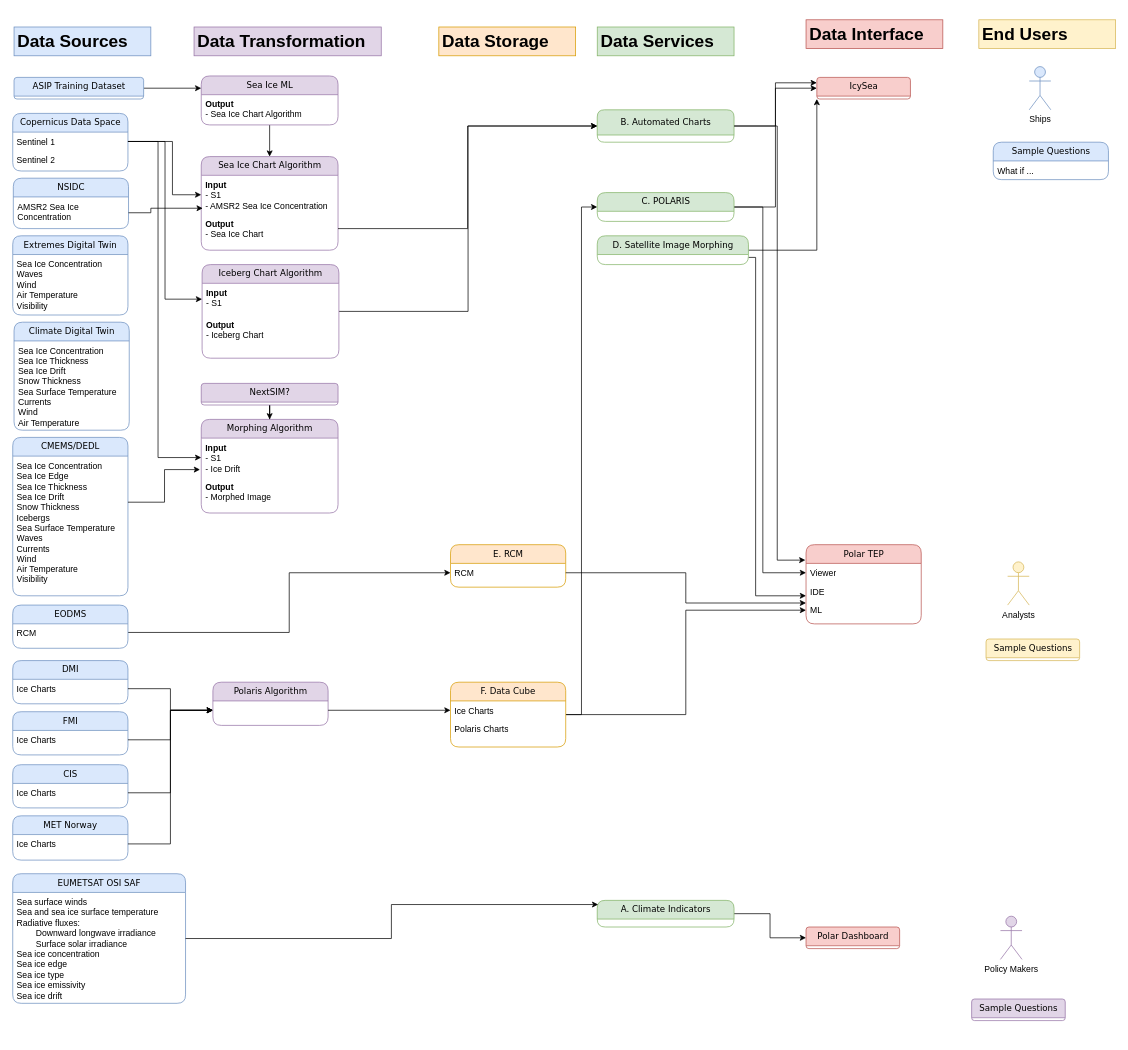
Earlier version of the draw.io diagram DESIDE.drawio (destination-earth/DestinE_ESA_DESIDE). Source tidied: cells renumbered, new cells numbered last; positions are measured from the earlier drawing's top-left corner, leaving out a move shared by most shapes. Both pictures are drawn from the tidied source at 72%, with x=0, y=0 at pixel (12, 19).
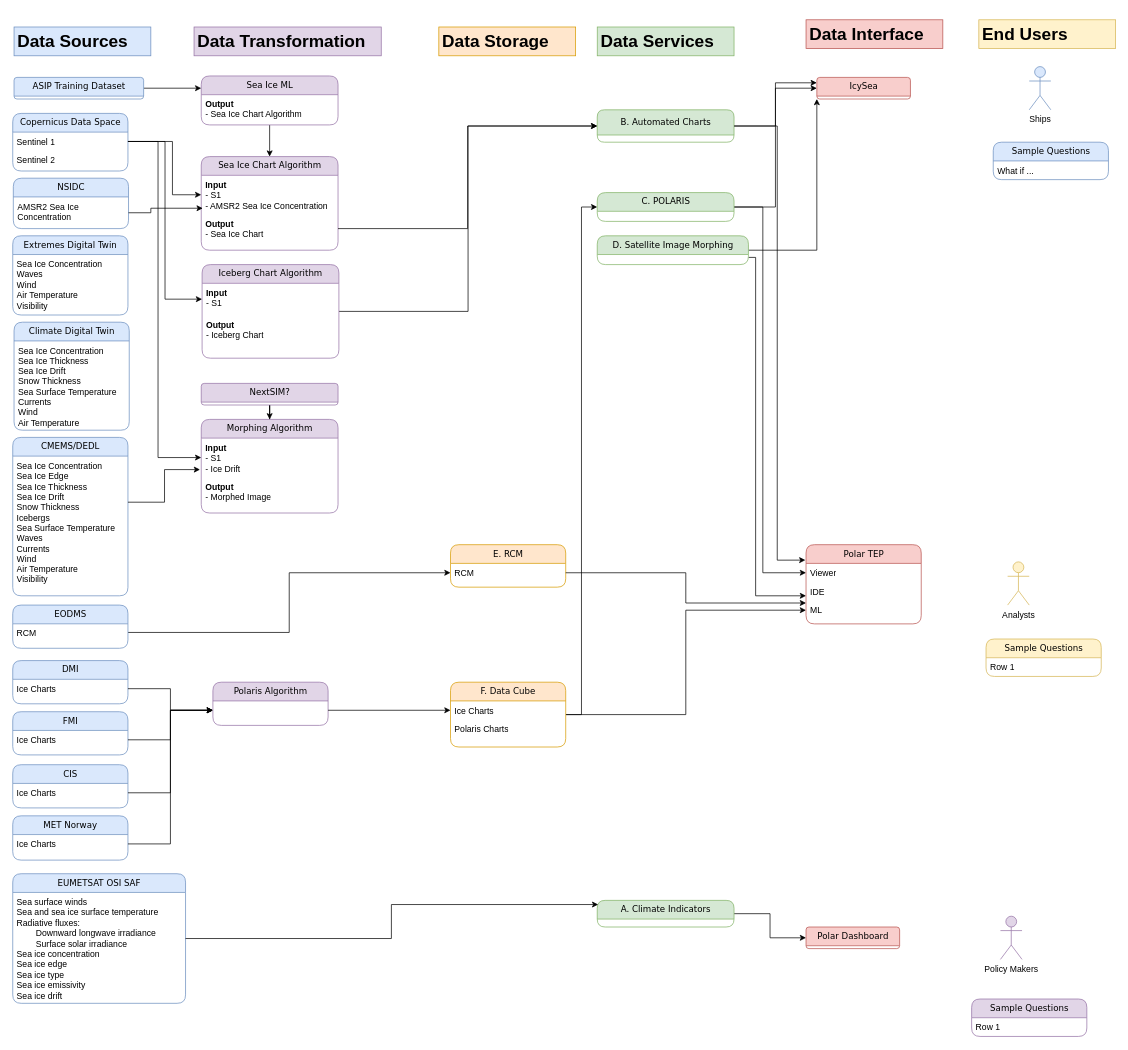
The same page after the edit.

Change to the diagram source:
```diff
@@
-    <mxCell id="93" value="Sample Questions" style="swimlane;html=1;fontStyle=0;horizontal=1;startSize=26;fillColor=#fff2cc;swimlaneFillColor=#ffffff;align=center;rounded=1;shadow=0;comic=0;labelBackgroundColor=none;strokeWidth=1;fontFamily=Verdana;fontSize=12;strokeColor=#d6b656;" parent="1" vertex="1" collapsed="1">
-      <mxGeometry x="1352" y="860" width="130" height="30" as="geometry" />
+    <mxCell id="93" value="Sample Questions" style="swimlane;html=1;fontStyle=0;horizontal=1;startSize=26;fillColor=#fff2cc;swimlaneFillColor=#ffffff;align=center;rounded=1;shadow=0;comic=0;labelBackgroundColor=none;strokeWidth=1;fontFamily=Verdana;fontSize=12;strokeColor=#d6b656;" parent="1" vertex="1">
+      <mxGeometry x="1352" y="860" width="160" height="52" as="geometry" />
     </mxCell>
+    <mxCell id="95" value="Row 1" style="text;html=1;strokeColor=none;fillColor=none;spacingLeft=4;spacingRight=4;whiteSpace=wrap;overflow=hidden;" parent="93" vertex="1">
+      <mxGeometry y="26" width="160" height="26" as="geometry" />
+    </mxCell>
-    <mxCell id="94" value="Sample Questions" style="swimlane;html=1;fontStyle=0;horizontal=1;startSize=26;fillColor=#e1d5e7;swimlaneFillColor=#ffffff;align=center;rounded=1;shadow=0;comic=0;labelBackgroundColor=none;strokeWidth=1;fontFamily=Verdana;fontSize=12;strokeColor=#9673a6;" parent="1" vertex="1" collapsed="1">
-      <mxGeometry x="1332" y="1360" width="130" height="30" as="geometry" />
+    <mxCell id="94" value="Sample Questions" style="swimlane;html=1;fontStyle=0;horizontal=1;startSize=26;fillColor=#e1d5e7;swimlaneFillColor=#ffffff;align=center;rounded=1;shadow=0;comic=0;labelBackgroundColor=none;strokeWidth=1;fontFamily=Verdana;fontSize=12;strokeColor=#9673a6;" parent="1" vertex="1">
+      <mxGeometry x="1332" y="1360" width="160" height="52" as="geometry" />
     </mxCell>
+    <mxCell id="96" value="Row 1" style="text;html=1;strokeColor=none;fillColor=none;spacingLeft=4;spacingRight=4;whiteSpace=wrap;overflow=hidden;" parent="94" vertex="1">
+      <mxGeometry y="26" width="160" height="26" as="geometry" />
+    </mxCell>
```
